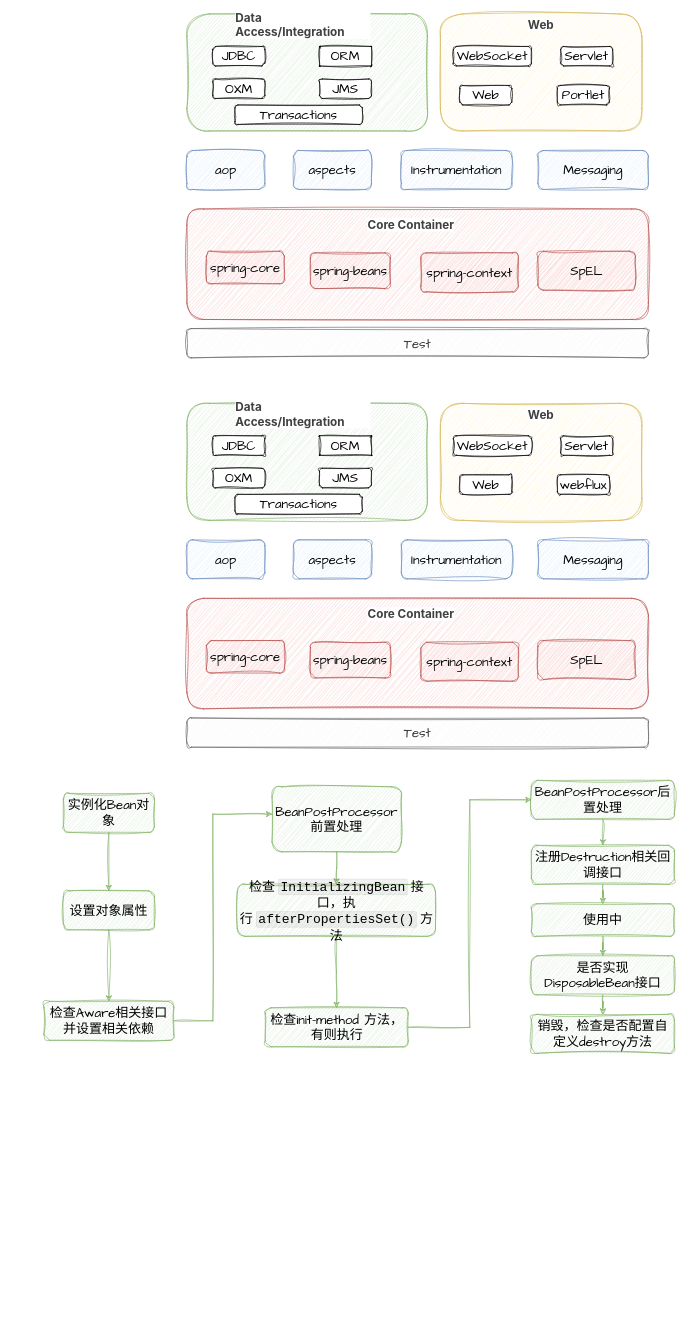
Before: me/note/Spring01.drawio in wwupower/daily-drawio, a draw.io diagram. Source tidied: cells renumbered, new cells numbered last; positions are measured from the earlier drawing's top-left corner, leaving out a move shared by most shapes. Both pictures are drawn from the tidied source at 65%, with x=0, y=0 at pixel (44, 14).
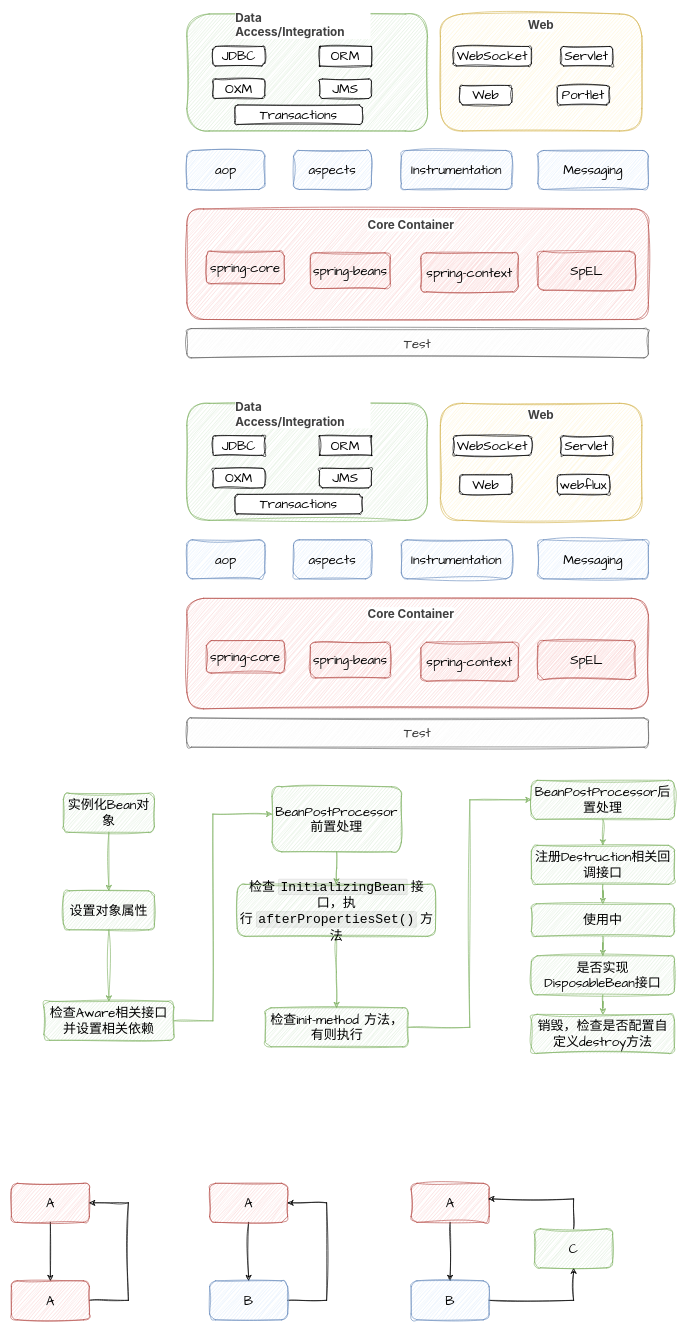
The same diagram, later.

Diff of the diagram source:
```diff
@@
+    <mxCell id="71" style="edgeStyle=orthogonalEdgeStyle;rounded=0;sketch=1;hachureGap=4;jiggle=2;curveFitting=1;jettySize=auto;html=1;exitX=0.5;exitY=1;exitDx=0;exitDy=0;entryX=0.5;entryY=0;entryDx=0;entryDy=0;fontFamily=Architects Daughter;fontSize=16;" parent="1" edge="1" source="72" target="74">
+      <mxGeometry relative="1" as="geometry" />
+    </mxCell>
+    <mxCell id="72" value="A" style="rounded=1;whiteSpace=wrap;html=1;sketch=1;hachureGap=4;jiggle=2;curveFitting=1;fontFamily=Architects Daughter;fontSize=20;fillColor=#f8cecc;strokeColor=#b85450;" parent="1" vertex="1">
+      <mxGeometry x="-50" y="1799" width="120" height="60" as="geometry" />
+    </mxCell>
+    <mxCell id="73" style="edgeStyle=orthogonalEdgeStyle;rounded=0;sketch=1;hachureGap=4;jiggle=2;curveFitting=1;jettySize=auto;html=1;entryX=1;entryY=0.5;entryDx=0;entryDy=0;fontFamily=Architects Daughter;fontSize=16;" parent="1" edge="1" source="74" target="72">
+      <mxGeometry relative="1" as="geometry">
+        <Array as="points">
+          <mxPoint x="130" y="1979" />
+          <mxPoint x="130" y="1829" />
+        </Array>
+      </mxGeometry>
+    </mxCell>
+    <mxCell id="74" value="A" style="rounded=1;whiteSpace=wrap;html=1;sketch=1;hachureGap=4;jiggle=2;curveFitting=1;fontFamily=Architects Daughter;fontSize=20;fillColor=#f8cecc;strokeColor=#b85450;" parent="1" vertex="1">
+      <mxGeometry x="-50" y="1949" width="120" height="60" as="geometry" />
+    </mxCell>
+    <mxCell id="75" style="edgeStyle=orthogonalEdgeStyle;rounded=0;sketch=1;hachureGap=4;jiggle=2;curveFitting=1;jettySize=auto;html=1;exitX=0.5;exitY=1;exitDx=0;exitDy=0;entryX=0.5;entryY=0;entryDx=0;entryDy=0;fontFamily=Architects Daughter;fontSize=16;" parent="1" edge="1" source="76" target="78">
+      <mxGeometry relative="1" as="geometry" />
+    </mxCell>
+    <mxCell id="76" value="A" style="rounded=1;whiteSpace=wrap;html=1;sketch=1;hachureGap=4;jiggle=2;curveFitting=1;fontFamily=Architects Daughter;fontSize=20;fillColor=#f8cecc;strokeColor=#b85450;" parent="1" vertex="1">
+      <mxGeometry x="255" y="1799" width="120" height="60" as="geometry" />
+    </mxCell>
+    <mxCell id="77" style="edgeStyle=orthogonalEdgeStyle;rounded=0;sketch=1;hachureGap=4;jiggle=2;curveFitting=1;jettySize=auto;html=1;entryX=1;entryY=0.5;entryDx=0;entryDy=0;fontFamily=Architects Daughter;fontSize=16;" parent="1" edge="1" source="78" target="76">
+      <mxGeometry relative="1" as="geometry">
+        <Array as="points">
+          <mxPoint x="435" y="1979" />
+          <mxPoint x="435" y="1829" />
+        </Array>
+      </mxGeometry>
+    </mxCell>
+    <mxCell id="78" value="B" style="rounded=1;whiteSpace=wrap;html=1;sketch=1;hachureGap=4;jiggle=2;curveFitting=1;fontFamily=Architects Daughter;fontSize=20;fillColor=#dae8fc;strokeColor=#6c8ebf;" parent="1" vertex="1">
+      <mxGeometry x="255" y="1949" width="120" height="60" as="geometry" />
+    </mxCell>
+    <mxCell id="79" style="edgeStyle=orthogonalEdgeStyle;rounded=0;sketch=1;hachureGap=4;jiggle=2;curveFitting=1;jettySize=auto;html=1;exitX=0.5;exitY=1;exitDx=0;exitDy=0;entryX=0.5;entryY=0;entryDx=0;entryDy=0;fontFamily=Architects Daughter;fontSize=16;" parent="1" edge="1" source="80" target="82">
+      <mxGeometry relative="1" as="geometry" />
+    </mxCell>
+    <mxCell id="80" value="A" style="rounded=1;whiteSpace=wrap;html=1;sketch=1;hachureGap=4;jiggle=2;curveFitting=1;fontFamily=Architects Daughter;fontSize=20;fillColor=#f8cecc;strokeColor=#b85450;" parent="1" vertex="1">
+      <mxGeometry x="565" y="1799" width="120" height="60" as="geometry" />
+    </mxCell>
+    <mxCell id="81" style="edgeStyle=orthogonalEdgeStyle;rounded=0;sketch=1;hachureGap=4;jiggle=2;curveFitting=1;jettySize=auto;html=1;exitX=1;exitY=0.5;exitDx=0;exitDy=0;fontFamily=Architects Daughter;fontSize=16;" parent="1" edge="1" source="82" target="84">
+      <mxGeometry relative="1" as="geometry" />
+    </mxCell>
+    <mxCell id="82" value="B" style="rounded=1;whiteSpace=wrap;html=1;sketch=1;hachureGap=4;jiggle=2;curveFitting=1;fontFamily=Architects Daughter;fontSize=20;fillColor=#dae8fc;strokeColor=#6c8ebf;" parent="1" vertex="1">
+      <mxGeometry x="565" y="1949" width="120" height="60" as="geometry" />
+    </mxCell>
+    <mxCell id="83" style="edgeStyle=orthogonalEdgeStyle;rounded=0;sketch=1;hachureGap=4;jiggle=2;curveFitting=1;jettySize=auto;html=1;entryX=0.992;entryY=0.4;entryDx=0;entryDy=0;entryPerimeter=0;fontFamily=Architects Daughter;fontSize=16;" parent="1" edge="1" source="84" target="80">
+      <mxGeometry relative="1" as="geometry">
+        <Array as="points">
+          <mxPoint x="815" y="1823" />
+        </Array>
+      </mxGeometry>
+    </mxCell>
+    <mxCell id="84" value="C" style="rounded=1;whiteSpace=wrap;html=1;sketch=1;hachureGap=4;jiggle=2;curveFitting=1;fontFamily=Architects Daughter;fontSize=20;fillColor=#d5e8d4;strokeColor=#82b366;" parent="1" vertex="1">
+      <mxGeometry x="755" y="1869" width="120" height="60" as="geometry" />
+    </mxCell>
```
